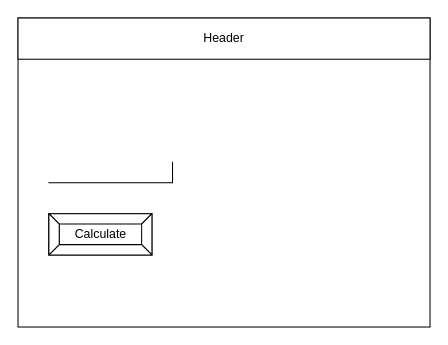
Before: design/story-board.drawio in Timothy-Manwell/ICS2O-Unit6-02, a draw.io diagram. Source tidied: cells renumbered, new cells numbered last; positions are measured from the earlier drawing's top-left corner, leaving out a move shared by most shapes. Both pictures are drawn from the tidied source at 103%, with x=0, y=0 at pixel (18, 18).
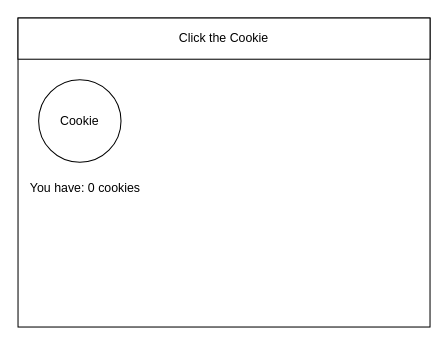
The same diagram, later.

What changed in the source:
```diff
@@
 <mxGraphModel>
   <root>
     <mxCell id="0" />
     <mxCell id="1" parent="0" />
     <mxCell id="2" style="rounded=0;whiteSpace=wrap;html=1;" parent="1" vertex="1">
       <mxGeometry width="400" height="300" as="geometry" />
     </mxCell>
-    <mxCell id="3" value="Header" style="rounded=0;whiteSpace=wrap;html=1;" parent="1" vertex="1">
+    <mxCell id="3" value="Click the Cookie" style="rounded=0;whiteSpace=wrap;html=1;" parent="1" vertex="1">
       <mxGeometry width="400" height="40" as="geometry" />
     </mxCell>
-    <mxCell id="4" style="shape=partialRectangle;whiteSpace=wrap;html=1;top=0;left=0;fillColor=none;" parent="1" vertex="1">
-      <mxGeometry x="30" y="140" width="120" height="20" as="geometry" />
-    </mxCell>
-    <mxCell id="5" value="Calculate" style="labelPosition=center;verticalLabelPosition=middle;align=center;html=1;shape=mxgraph.basic.button;dx=10;" parent="1" vertex="1">
-      <mxGeometry x="30" y="190" width="100" height="40" as="geometry" />
+    <mxCell id="5" value="Cookie" style="ellipse;whiteSpace=wrap;html=1;" parent="1" vertex="1">
+      <mxGeometry x="20" y="60" width="80" height="80" as="geometry" />
     </mxCell>
+    <mxCell id="6" value="You have: 0 cookies" style="text;html=1;strokeColor=none;fillColor=none;align=left;verticalAlign=middle;whiteSpace=wrap;rounded=0;" parent="1" vertex="1">
+      <mxGeometry x="10" y="150" width="160" height="30" as="geometry" />
+    </mxCell>
   </root>
 </mxGraphModel>
```
